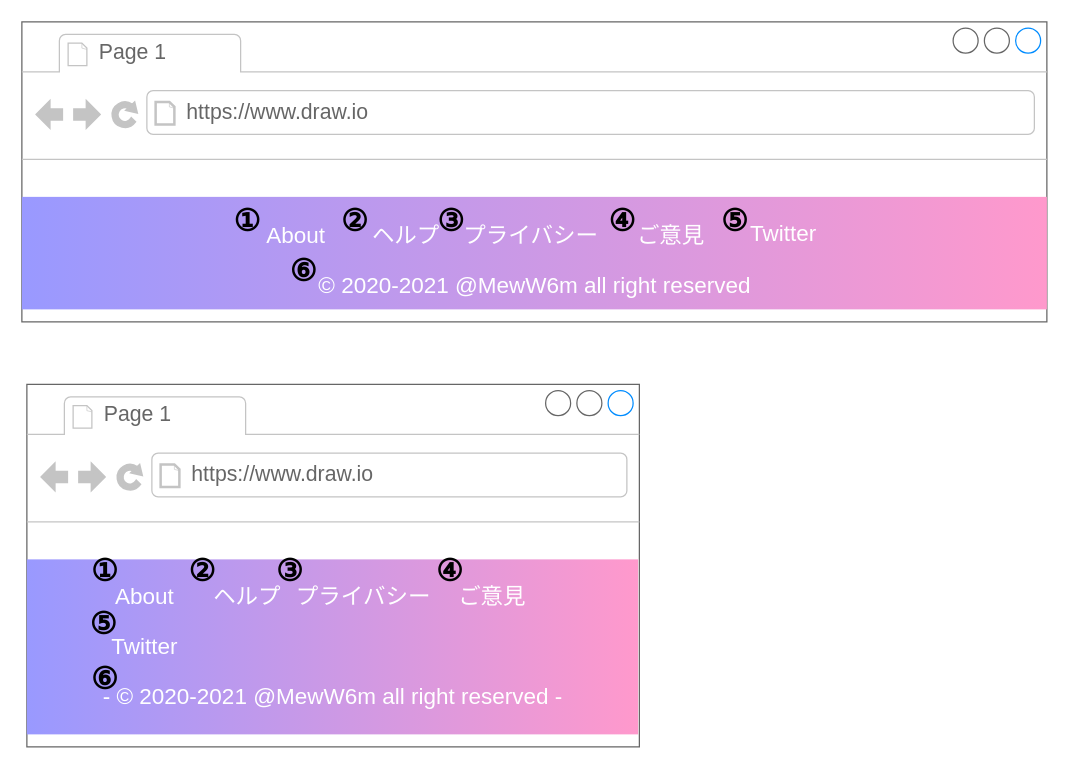
This is page "フッター" (2 of 18) of docsMng/reference/2_bd/ScreenDesign/scdesign.drawio from MewW6m/Mineso, a draw.io file, before an edit. Source tidied: cells renumbered, new cells numbered last; positions are measured from the earlier drawing's top-left corner, leaving out a move shared by most shapes. Both pictures are drawn from the tidied source at 125%, with x=0, y=0 at pixel (21, 21).
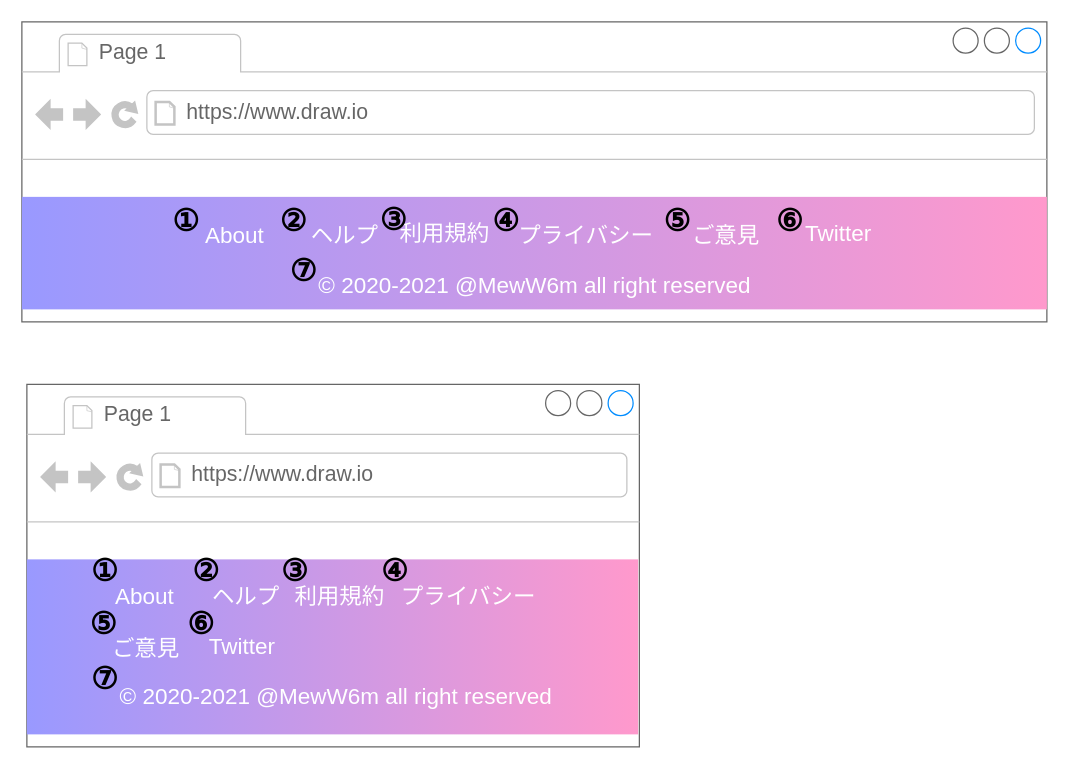
The same diagram, later.

Unchanged cells that the change refers to:
```xml
<mxCell id="2" style="strokeWidth=1;shadow=0;dashed=0;align=center;html=1;shape=mxgraph.mockup.containers.browserWindow;rSize=0;strokeColor2=#008cff;strokeColor3=#c4c4c4;mainText=,;strokeColor=none;" parent="1" vertex="1">
  <mxGeometry width="820" height="240" as="geometry" />
</mxCell>
<mxCell id="19" style="strokeWidth=1;shadow=0;dashed=0;align=center;html=1;shape=mxgraph.mockup.containers.browserWindow;rSize=0;strokeColor2=#008cff;strokeColor3=#c4c4c4;mainText=,;strokeColor=none;" parent="1" vertex="1">
  <mxGeometry x="4" y="290" width="490" height="290" as="geometry" />
</mxCell>
<mxCell id="24" style="group;" parent="19" vertex="1">
  <mxGeometry x="48" y="149" width="454" height="81" as="geometry" />
</mxCell>
<mxCell id="25" style="group;" parent="24" vertex="1">
  <mxGeometry width="454" height="41" as="geometry" />
</mxCell>
```

The edit, as a diff of the source:
```diff
@@
     <mxCell id="6" style="group;" parent="2" vertex="1">
-      <mxGeometry x="169" y="150" width="490" height="41" as="geometry" />
+      <mxGeometry x="132" y="150" width="490" height="41" as="geometry" />
     </mxCell>
     <mxCell id="7" value="&lt;font color=&quot;#ffffff&quot; style=&quot;font-size: 18px&quot;&gt;&lt;span style=&quot;font-size: 18px ; font-weight: 400&quot;&gt;About&lt;/span&gt;&lt;/font&gt;" style="text;strokeColor=none;fillColor=none;html=1;fontSize=18;fontStyle=1;verticalAlign=middle;align=center;" parent="6" vertex="1">
-      <mxGeometry y="1" width="100" height="40" as="geometry" />
+      <mxGeometry x="-12" y="1" width="100" height="40" as="geometry" />
     </mxCell>
     <mxCell id="8" value="&lt;font color=&quot;#ffffff&quot;&gt;&lt;span style=&quot;font-weight: 400&quot;&gt;ヘルプ&lt;/span&gt;&lt;/font&gt;" style="text;strokeColor=none;fillColor=none;html=1;fontSize=18;fontStyle=1;verticalAlign=middle;align=center;" parent="6" vertex="1">
-      <mxGeometry x="88" y="1" width="100" height="40" as="geometry" />
+      <mxGeometry x="76" y="1" width="100" height="40" as="geometry" />
     </mxCell>
     <mxCell id="9" value="&lt;font color=&quot;#ffffff&quot; style=&quot;font-size: 18px&quot;&gt;&lt;span style=&quot;font-weight: 400 ; font-size: 18px&quot;&gt;プライバシー&lt;/span&gt;&lt;/font&gt;" style="text;strokeColor=none;fillColor=none;html=1;fontSize=18;fontStyle=1;verticalAlign=middle;align=center;" parent="6" vertex="1">
-      <mxGeometry x="188" y="1" width="100" height="40" as="geometry" />
+      <mxGeometry x="269" y="1" width="100" height="40" as="geometry" />
     </mxCell>
     <mxCell id="10" value="&lt;font color=&quot;#ffffff&quot;&gt;&lt;span style=&quot;font-weight: 400&quot;&gt;ご意見&lt;/span&gt;&lt;/font&gt;" style="text;strokeColor=none;fillColor=none;html=1;fontSize=18;fontStyle=1;verticalAlign=middle;align=center;" parent="6" vertex="1">
-      <mxGeometry x="300" y="1" width="100" height="40" as="geometry" />
+      <mxGeometry x="381" y="1" width="100" height="40" as="geometry" />
     </mxCell>
     <mxCell id="11" value="&lt;font color=&quot;#ffffff&quot;&gt;&lt;span style=&quot;font-weight: 400&quot;&gt;Twitter&lt;/span&gt;&lt;/font&gt;" style="text;strokeColor=none;fillColor=none;html=1;fontSize=18;fontStyle=1;verticalAlign=middle;align=center;" parent="6" vertex="1">
-      <mxGeometry x="390" width="100" height="40" as="geometry" />
+      <mxGeometry x="471" width="100" height="40" as="geometry" />
     </mxCell>
     <mxCell id="12" value="②" style="text;strokeColor=none;fillColor=none;html=1;fontSize=24;fontStyle=1;verticalAlign=middle;align=center;" parent="6" vertex="1">
-      <mxGeometry x="47" y="-10" width="100" height="40" as="geometry" />
+      <mxGeometry x="35" y="-10" width="100" height="40" as="geometry" />
     </mxCell>
-    <mxCell id="13" value="③" style="text;strokeColor=none;fillColor=none;html=1;fontSize=24;fontStyle=1;verticalAlign=middle;align=center;" parent="6" vertex="1">
-      <mxGeometry x="124" y="-10" width="100" height="40" as="geometry" />
-    </mxCell>
-    <mxCell id="14" value="④" style="text;strokeColor=none;fillColor=none;html=1;fontSize=24;fontStyle=1;verticalAlign=middle;align=center;" parent="6" vertex="1">
-      <mxGeometry x="261" y="-10" width="100" height="40" as="geometry" />
+    <mxCell id="14" value="⑤" style="text;strokeColor=none;fillColor=none;html=1;fontSize=24;fontStyle=1;verticalAlign=middle;align=center;" parent="6" vertex="1">
+      <mxGeometry x="342" y="-10" width="100" height="40" as="geometry" />
     </mxCell>
-    <mxCell id="15" value="⑤" style="text;strokeColor=none;fillColor=none;html=1;fontSize=24;fontStyle=1;verticalAlign=middle;align=center;" parent="6" vertex="1">
-      <mxGeometry x="351" y="-10" width="100" height="40" as="geometry" />
+    <mxCell id="15" value="⑥" style="text;strokeColor=none;fillColor=none;html=1;fontSize=24;fontStyle=1;verticalAlign=middle;align=center;" parent="6" vertex="1">
+      <mxGeometry x="432" y="-10" width="100" height="40" as="geometry" />
     </mxCell>
+    <mxCell id="37" value="&lt;font color=&quot;#ffffff&quot;&gt;&lt;span style=&quot;font-weight: 400&quot;&gt;利用規約&lt;/span&gt;&lt;/font&gt;" style="text;strokeColor=none;fillColor=none;html=1;fontSize=18;fontStyle=1;verticalAlign=middle;align=center;" parent="6" vertex="1">
+      <mxGeometry x="156" width="100" height="40" as="geometry" />
+    </mxCell>
+    <mxCell id="38" value="③" style="text;strokeColor=none;fillColor=none;html=1;fontSize=24;fontStyle=1;verticalAlign=middle;align=center;" parent="6" vertex="1">
+      <mxGeometry x="115" y="-11" width="100" height="40" as="geometry" />
+    </mxCell>
+    <mxCell id="13" value="④" style="text;strokeColor=none;fillColor=none;html=1;fontSize=24;fontStyle=1;verticalAlign=middle;align=center;" parent="6" vertex="1">
+      <mxGeometry x="205" y="-10" width="100" height="40" as="geometry" />
+    </mxCell>
@@
     <mxCell id="17" value="①" style="text;strokeColor=none;fillColor=none;html=1;fontSize=24;fontStyle=1;verticalAlign=middle;align=center;" parent="2" vertex="1">
-      <mxGeometry x="130" y="140" width="100" height="40" as="geometry" />
+      <mxGeometry x="81" y="140" width="100" height="40" as="geometry" />
     </mxCell>
-    <mxCell id="18" value="⑥" style="text;strokeColor=none;fillColor=none;html=1;fontSize=24;fontStyle=1;verticalAlign=middle;align=center;" parent="2" vertex="1">
+    <mxCell id="18" value="⑦" style="text;strokeColor=none;fillColor=none;html=1;fontSize=24;fontStyle=1;verticalAlign=middle;align=center;" parent="2" vertex="1">
       <mxGeometry x="175" y="180" width="100" height="40" as="geometry" />
     </mxCell>
@@
-    <mxCell id="23" value="&lt;font color=&quot;#ffffff&quot;&gt;&lt;span style=&quot;font-weight: 400&quot;&gt;- © 2020-2021 @MewW6m all right reserved -&amp;nbsp;&lt;/span&gt;&lt;/font&gt;" style="text;strokeColor=none;fillColor=none;html=1;fontSize=18;fontStyle=1;verticalAlign=middle;align=center;" parent="19" vertex="1">
+    <mxCell id="23" value="&lt;font color=&quot;#ffffff&quot;&gt;&lt;span style=&quot;font-weight: 400&quot;&gt;© 2020-2021 @MewW6m all right reserved&lt;/span&gt;&lt;/font&gt;" style="text;strokeColor=none;fillColor=none;html=1;fontSize=18;fontStyle=1;verticalAlign=middle;align=center;" parent="19" vertex="1">
       <mxGeometry x="207" y="230" width="80" height="40" as="geometry" />
     </mxCell>
@@
-    <mxCell id="27" value="&lt;font color=&quot;#ffffff&quot;&gt;&lt;span style=&quot;font-weight: 400&quot;&gt;ヘルプ&lt;/span&gt;&lt;/font&gt;" style="text;strokeColor=none;fillColor=none;html=1;fontSize=18;fontStyle=1;verticalAlign=middle;align=center;" parent="25" vertex="1">
-      <mxGeometry x="81.5" y="1" width="92.7" height="40" as="geometry" />
+    <mxCell id="27" value="&lt;font color=&quot;#ffffff&quot;&gt;&lt;span style=&quot;font-weight: 400&quot;&gt;利用規約&lt;/span&gt;&lt;/font&gt;" style="text;strokeColor=none;fillColor=none;html=1;fontSize=18;fontStyle=1;verticalAlign=middle;align=center;" parent="25" vertex="1">
+      <mxGeometry x="155.5" y="1" width="92.7" height="40" as="geometry" />
     </mxCell>
     <mxCell id="28" value="&lt;font color=&quot;#ffffff&quot; style=&quot;font-size: 18px&quot;&gt;&lt;span style=&quot;font-weight: 400 ; font-size: 18px&quot;&gt;プライバシー&lt;/span&gt;&lt;/font&gt;" style="text;strokeColor=none;fillColor=none;html=1;fontSize=18;fontStyle=1;verticalAlign=middle;align=center;" parent="25" vertex="1">
-      <mxGeometry x="174.2" y="1" width="92.7" height="40" as="geometry" />
+      <mxGeometry x="258.2" y="1" width="92.7" height="40" as="geometry" />
     </mxCell>
-    <mxCell id="29" value="&lt;font color=&quot;#ffffff&quot;&gt;&lt;span style=&quot;font-weight: 400&quot;&gt;ご意見&lt;/span&gt;&lt;/font&gt;" style="text;strokeColor=none;fillColor=none;html=1;fontSize=18;fontStyle=1;verticalAlign=middle;align=center;" parent="25" vertex="1">
-      <mxGeometry x="278" y="1" width="92.7" height="40" as="geometry" />
-    </mxCell>
-    <mxCell id="30" value="②" style="text;strokeColor=none;fillColor=none;html=1;fontSize=24;fontStyle=1;verticalAlign=middle;align=center;" parent="25" vertex="1">
-      <mxGeometry x="42" y="-19" width="100" height="40" as="geometry" />
+    <mxCell id="30" value="③" style="text;strokeColor=none;fillColor=none;html=1;fontSize=24;fontStyle=1;verticalAlign=middle;align=center;" parent="25" vertex="1">
+      <mxGeometry x="116" y="-19" width="100" height="40" as="geometry" />
     </mxCell>
-    <mxCell id="31" value="③" style="text;strokeColor=none;fillColor=none;html=1;fontSize=24;fontStyle=1;verticalAlign=middle;align=center;" parent="25" vertex="1">
-      <mxGeometry x="112" y="-19" width="100" height="40" as="geometry" />
+    <mxCell id="31" value="④" style="text;strokeColor=none;fillColor=none;html=1;fontSize=24;fontStyle=1;verticalAlign=middle;align=center;" parent="25" vertex="1">
+      <mxGeometry x="196" y="-19" width="100" height="40" as="geometry" />
     </mxCell>
-    <mxCell id="32" value="④" style="text;strokeColor=none;fillColor=none;html=1;fontSize=24;fontStyle=1;verticalAlign=middle;align=center;" parent="25" vertex="1">
-      <mxGeometry x="240" y="-19" width="100" height="40" as="geometry" />
-    </mxCell>
@@
+    <mxCell id="39" value="&lt;font color=&quot;#ffffff&quot; style=&quot;font-size: 18px&quot;&gt;&lt;span style=&quot;font-size: 18px ; font-weight: 400&quot;&gt;ヘルプ&lt;/span&gt;&lt;/font&gt;" style="text;strokeColor=none;fillColor=none;html=1;fontSize=18;fontStyle=1;verticalAlign=middle;align=center;" parent="25" vertex="1">
+      <mxGeometry x="81" y="1" width="92.7" height="40" as="geometry" />
+    </mxCell>
+    <mxCell id="40" value="②" style="text;strokeColor=none;fillColor=none;html=1;fontSize=24;fontStyle=1;verticalAlign=middle;align=center;" parent="25" vertex="1">
+      <mxGeometry x="45" y="-19" width="100" height="40" as="geometry" />
+    </mxCell>
     <mxCell id="34" value="&lt;font color=&quot;#ffffff&quot;&gt;&lt;span style=&quot;font-weight: 400&quot;&gt;Twitter&lt;/span&gt;&lt;/font&gt;" style="text;strokeColor=none;fillColor=none;html=1;fontSize=18;fontStyle=1;verticalAlign=middle;align=center;" parent="24" vertex="1">
-      <mxGeometry y="41" width="92.7" height="40" as="geometry" />
+      <mxGeometry x="78" y="41" width="92.7" height="40" as="geometry" />
     </mxCell>
-    <mxCell id="35" value="⑤" style="text;strokeColor=none;fillColor=none;html=1;fontSize=24;fontStyle=1;verticalAlign=middle;align=center;" parent="24" vertex="1">
-      <mxGeometry x="-37" y="23" width="100" height="40" as="geometry" />
+    <mxCell id="35" value="⑥" style="text;strokeColor=none;fillColor=none;html=1;fontSize=24;fontStyle=1;verticalAlign=middle;align=center;" parent="24" vertex="1">
+      <mxGeometry x="41" y="23" width="100" height="40" as="geometry" />
     </mxCell>
-    <mxCell id="36" value="⑥" style="text;strokeColor=none;fillColor=none;html=1;fontSize=24;fontStyle=1;verticalAlign=middle;align=center;" parent="19" vertex="1">
+    <mxCell id="36" value="⑦" style="text;strokeColor=none;fillColor=none;html=1;fontSize=24;fontStyle=1;verticalAlign=middle;align=center;" parent="19" vertex="1">
       <mxGeometry x="12" y="216" width="100" height="40" as="geometry" />
     </mxCell>
+    <mxCell id="29" value="&lt;font color=&quot;#ffffff&quot;&gt;&lt;span style=&quot;font-weight: 400&quot;&gt;ご意見&lt;/span&gt;&lt;/font&gt;" style="text;strokeColor=none;fillColor=none;html=1;fontSize=18;fontStyle=1;verticalAlign=middle;align=center;" parent="19" vertex="1">
+      <mxGeometry x="49" y="192" width="92.7" height="40" as="geometry" />
+    </mxCell>
+    <mxCell id="32" value="⑤" style="text;strokeColor=none;fillColor=none;html=1;fontSize=24;fontStyle=1;verticalAlign=middle;align=center;" parent="19" vertex="1">
+      <mxGeometry x="11" y="172" width="100" height="40" as="geometry" />
+    </mxCell>
```
